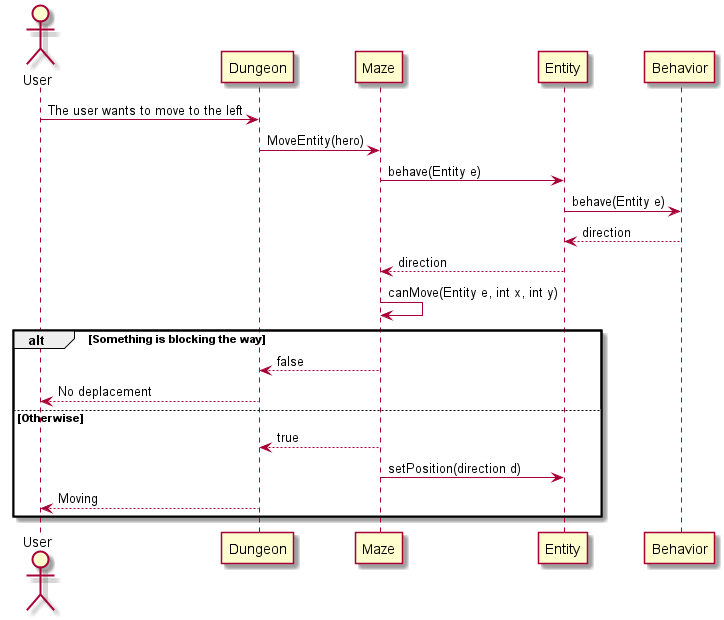
Reynault/ACL_2019_Zelpop keeps this PlantUML diagram as doc/first_sprint/diagrams/sequences/move.png. Above is the earlier version.
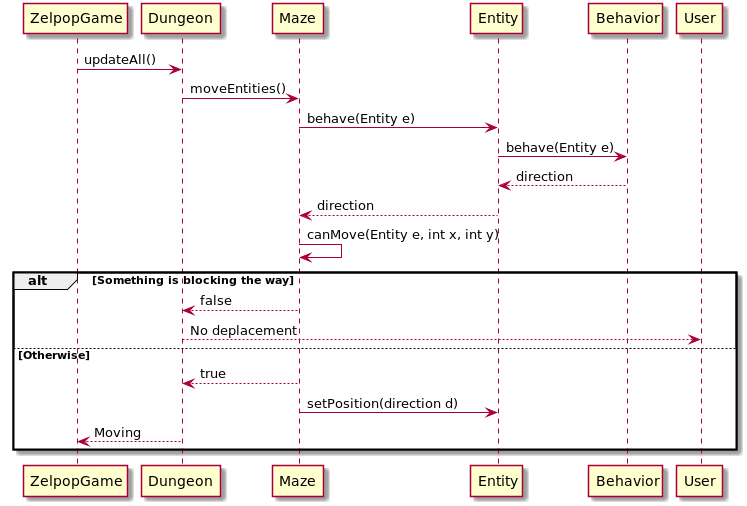
Later version of the same file.

Commit message:
First Sprint : Update diagrams

Change to the diagram source:
```diff
@@ -1,7 +1,6 @@
 @startuml
-Actor User
-User -> Dungeon : The user wants to move to the left
-Dungeon -> Maze : MoveEntity(hero)
+ZelpopGame -> Dungeon : updateAll()
+Dungeon -> Maze : moveEntities()
 Maze -> Entity : behave(Entity e)
 Entity -> Behavior : behave(Entity e)
 Behavior --> Entity : direction
@@ -13,6 +12,6 @@
 else Otherwise
 Maze --> Dungeon : true
 Maze -> Entity : setPosition(direction d)
-Dungeon --> User : Moving
+Dungeon --> ZelpopGame : Moving
 end
 @enduml
```
